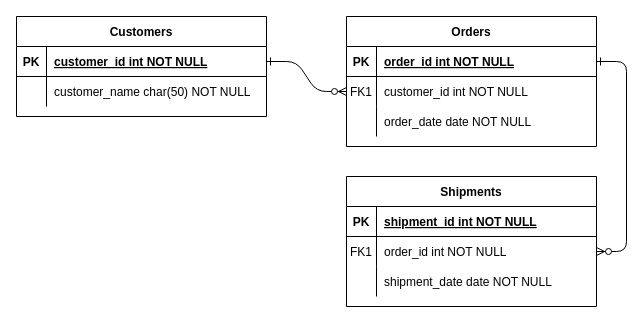
Earlier version of the draw.io diagram dones.drawio (joel5vega/dones). Source tidied: cells renumbered, new cells numbered last; positions are measured from the earlier drawing's top-left corner, leaving out a move shared by most shapes. Both pictures are drawn from the tidied source at 100%, with x=0, y=0 at pixel (16, 16).
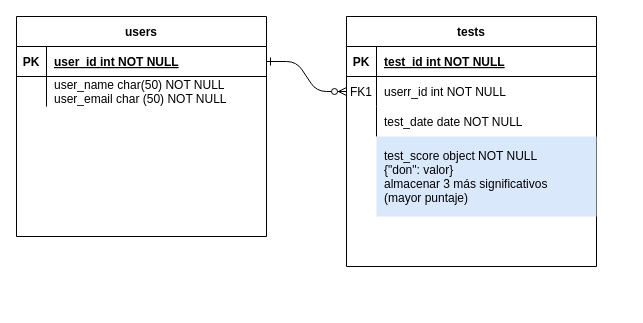
The same diagram, later.

Unchanged cells that the change refers to:
```xml
<mxCell id="5" style="shape=partialRectangle;fillColor=none;points=[[0,0.5],[1,0.5]];portConstraint=eastwest;top=0;left=0;right=0;bottom=1;" parent="4" vertex="1">
  <mxGeometry y="30" width="250" height="30" as="geometry" />
</mxCell>
<mxCell id="8" style="shape=partialRectangle;fillColor=none;points=[[0,0.5],[1,0.5]];portConstraint=eastwest;top=0;left=0;right=0;bottom=0;" parent="4" vertex="1">
  <mxGeometry y="60" width="250" height="30" as="geometry" />
</mxCell>
<mxCell id="11" style="shape=partialRectangle;fillColor=none;top=0;left=0;right=0;bottom=0;" parent="4" vertex="1">
  <mxGeometry y="90" width="250" height="30" as="geometry" />
</mxCell>
<mxCell id="25" style="shape=partialRectangle;fillColor=none;points=[[0,0.5],[1,0.5]];portConstraint=eastwest;top=0;left=0;right=0;bottom=1;" parent="24" vertex="1">
  <mxGeometry y="30" width="250" height="30" as="geometry" />
</mxCell>
<mxCell id="28" style="shape=partialRectangle;fillColor=none;top=0;left=0;right=0;bottom=0;" parent="24" vertex="1">
  <mxGeometry y="60" width="250" height="30" as="geometry" />
</mxCell>
```

What changed in the source:
```diff
@@
-    <mxCell id="3" style="edgeStyle=entityRelationEdgeStyle;endArrow=ERzeroToMany;startArrow=ERone;endFill=1;startFill=0;" parent="1" edge="1" source="5" target="18">
-      <mxGeometry relative="1" as="geometry" />
-    </mxCell>
-    <mxCell id="4" value="Orders" style="shape=table;startSize=30;childLayout=tableLayout;rowLines=0;fontStyle=1;align=center;" parent="1" vertex="1">
-      <mxGeometry x="330" width="250" height="130" as="geometry" />
+    <mxCell id="4" value="tests" style="shape=table;startSize=30;childLayout=tableLayout;rowLines=0;fontStyle=1;align=center;" parent="1" vertex="1">
+      <mxGeometry x="330" width="250" height="250" as="geometry" />
     </mxCell>
@@
-    <mxCell id="7" value="order_id int NOT NULL " style="shape=partialRectangle;overflow=hidden;fillColor=none;top=0;left=0;bottom=0;right=0;align=left;spacingLeft=6;fontStyle=5;" parent="5" vertex="1">
+    <mxCell id="7" value="test_id int NOT NULL " style="shape=partialRectangle;overflow=hidden;fillColor=none;top=0;left=0;bottom=0;right=0;align=left;spacingLeft=6;fontStyle=5;" parent="5" vertex="1">
       <mxGeometry x="30" width="220" height="30" as="geometry" />
     </mxCell>
@@
-    <mxCell id="10" value="customer_id int NOT NULL" style="shape=partialRectangle;overflow=hidden;fillColor=none;top=0;left=0;bottom=0;right=0;align=left;spacingLeft=6;" parent="8" vertex="1">
+    <mxCell id="10" value="userr_id int NOT NULL" style="shape=partialRectangle;overflow=hidden;fillColor=none;top=0;left=0;bottom=0;right=0;align=left;spacingLeft=6;" parent="8" vertex="1">
       <mxGeometry x="30" width="220" height="30" as="geometry" />
     </mxCell>
@@
-    <mxCell id="13" value="order_date date NOT NULL" style="shape=partialRectangle;overflow=hidden;fillColor=none;top=0;left=0;bottom=0;right=0;align=left;spacingLeft=6;" parent="11" vertex="1">
+    <mxCell id="13" value="test_date date NOT NULL" style="shape=partialRectangle;overflow=hidden;fillColor=none;top=0;left=0;bottom=0;right=0;align=left;spacingLeft=6;" parent="11" vertex="1">
       <mxGeometry x="30" width="220" height="30" as="geometry" />
     </mxCell>
-    <mxCell id="14" value="Shipments" style="shape=table;startSize=30;childLayout=tableLayout;rowLines=0;fontStyle=1;align=center;" parent="1" vertex="1">
-      <mxGeometry x="330" y="160" width="250" height="130" as="geometry" />
-    </mxCell>
-    <mxCell id="15" style="shape=partialRectangle;fillColor=none;top=0;left=0;right=0;bottom=1;" parent="14" vertex="1">
-      <mxGeometry y="30" width="250" height="30" as="geometry" />
-    </mxCell>
-    <mxCell id="16" value="PK" style="shape=partialRectangle;overflow=hidden;fillColor=none;top=0;left=0;bottom=0;right=0;fontStyle=1;" parent="15" vertex="1">
-      <mxGeometry width="30" height="30" as="geometry" />
-    </mxCell>
-    <mxCell id="17" value="shipment_id int NOT NULL " style="shape=partialRectangle;overflow=hidden;fillColor=none;top=0;left=0;bottom=0;right=0;align=left;spacingLeft=6;fontStyle=5;" parent="15" vertex="1">
-      <mxGeometry x="30" width="220" height="30" as="geometry" />
-    </mxCell>
-    <mxCell id="18" style="shape=partialRectangle;fillColor=none;points=[[0,0.5],[1,0.5]];portConstraint=eastwest;top=0;left=0;right=0;bottom=0;" parent="14" vertex="1">
-      <mxGeometry y="60" width="250" height="30" as="geometry" />
-    </mxCell>
-    <mxCell id="19" value="FK1" style="shape=partialRectangle;overflow=hidden;fillColor=none;top=0;left=0;bottom=0;right=0;" parent="18" vertex="1">
-      <mxGeometry width="30" height="30" as="geometry" />
-    </mxCell>
-    <mxCell id="20" value="order_id int NOT NULL" style="shape=partialRectangle;overflow=hidden;fillColor=none;top=0;left=0;bottom=0;right=0;align=left;spacingLeft=6;" parent="18" vertex="1">
-      <mxGeometry x="30" width="220" height="30" as="geometry" />
-    </mxCell>
-    <mxCell id="21" style="shape=partialRectangle;fillColor=none;top=0;left=0;right=0;bottom=0;" parent="14" vertex="1">
-      <mxGeometry y="90" width="250" height="30" as="geometry" />
-    </mxCell>
-    <mxCell id="22" style="shape=partialRectangle;overflow=hidden;fillColor=none;top=0;left=0;bottom=0;right=0;" parent="21" vertex="1">
-      <mxGeometry width="30" height="30" as="geometry" />
-    </mxCell>
-    <mxCell id="23" value="shipment_date date NOT NULL" style="shape=partialRectangle;overflow=hidden;fillColor=none;top=0;left=0;bottom=0;right=0;align=left;spacingLeft=6;" parent="21" vertex="1">
-      <mxGeometry x="30" width="220" height="30" as="geometry" />
-    </mxCell>
-    <mxCell id="24" value="Customers" style="shape=table;startSize=30;childLayout=tableLayout;rowLines=0;fontStyle=1;align=center;" parent="1" vertex="1">
-      <mxGeometry width="250" height="100" as="geometry" />
+    <mxCell id="24" value="users" style="shape=table;startSize=30;childLayout=tableLayout;rowLines=0;fontStyle=1;align=center;" parent="1" vertex="1">
+      <mxGeometry width="250" height="220" as="geometry" />
     </mxCell>
@@
-    <mxCell id="27" value="customer_id int NOT NULL " style="shape=partialRectangle;overflow=hidden;fillColor=none;top=0;left=0;bottom=0;right=0;align=left;spacingLeft=6;fontStyle=5;" parent="25" vertex="1">
+    <mxCell id="27" value="user_id int NOT NULL " style="shape=partialRectangle;overflow=hidden;fillColor=none;top=0;left=0;bottom=0;right=0;align=left;spacingLeft=6;fontStyle=5;" parent="25" vertex="1">
       <mxGeometry x="30" width="220" height="30" as="geometry" />
     </mxCell>
@@
-    <mxCell id="30" value="customer_name char(50) NOT NULL" style="shape=partialRectangle;overflow=hidden;fillColor=none;top=0;left=0;bottom=0;right=0;align=left;spacingLeft=6;" parent="28" vertex="1">
+    <mxCell id="30" value="user_name char(50) NOT NULL&#10;user_email char (50) NOT NULL" style="shape=partialRectangle;overflow=hidden;fillColor=none;top=0;left=0;bottom=0;right=0;align=left;spacingLeft=6;" parent="28" vertex="1">
       <mxGeometry x="30" width="220" height="30" as="geometry" />
     </mxCell>
+    <mxCell id="31" value="test_score object NOT NULL&#10;{&quot;don&quot;: valor} &#10;almacenar 3 más significativos &#10;(mayor puntaje)" style="shape=partialRectangle;overflow=hidden;fillColor=#dae8fc;top=0;left=0;bottom=0;right=0;align=left;spacingLeft=6;strokeColor=#6c8ebf;" parent="1" vertex="1">
+      <mxGeometry x="360" y="120" width="220" height="80" as="geometry" />
+    </mxCell>
```
